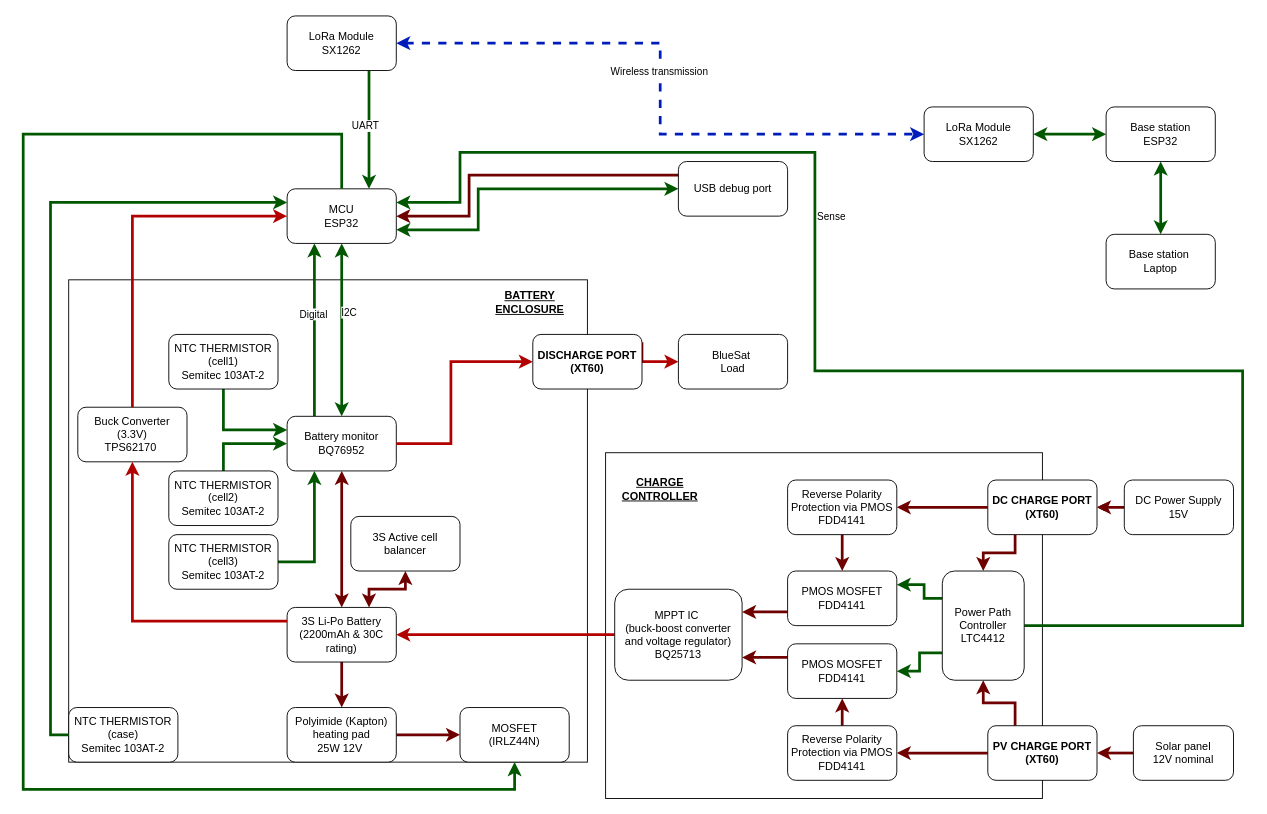
Before: Felix_DRAFT_BMS_ELEC3117.drawio in Chainsawfelix/ELEC3117-BLUESAT, a draw.io diagram. Source tidied: cells renumbered, new cells numbered last; positions are measured from the earlier drawing's top-left corner, leaving out a move shared by most shapes. Both pictures are drawn from the tidied source at 91%, with x=0, y=0 at pixel (23, 15).
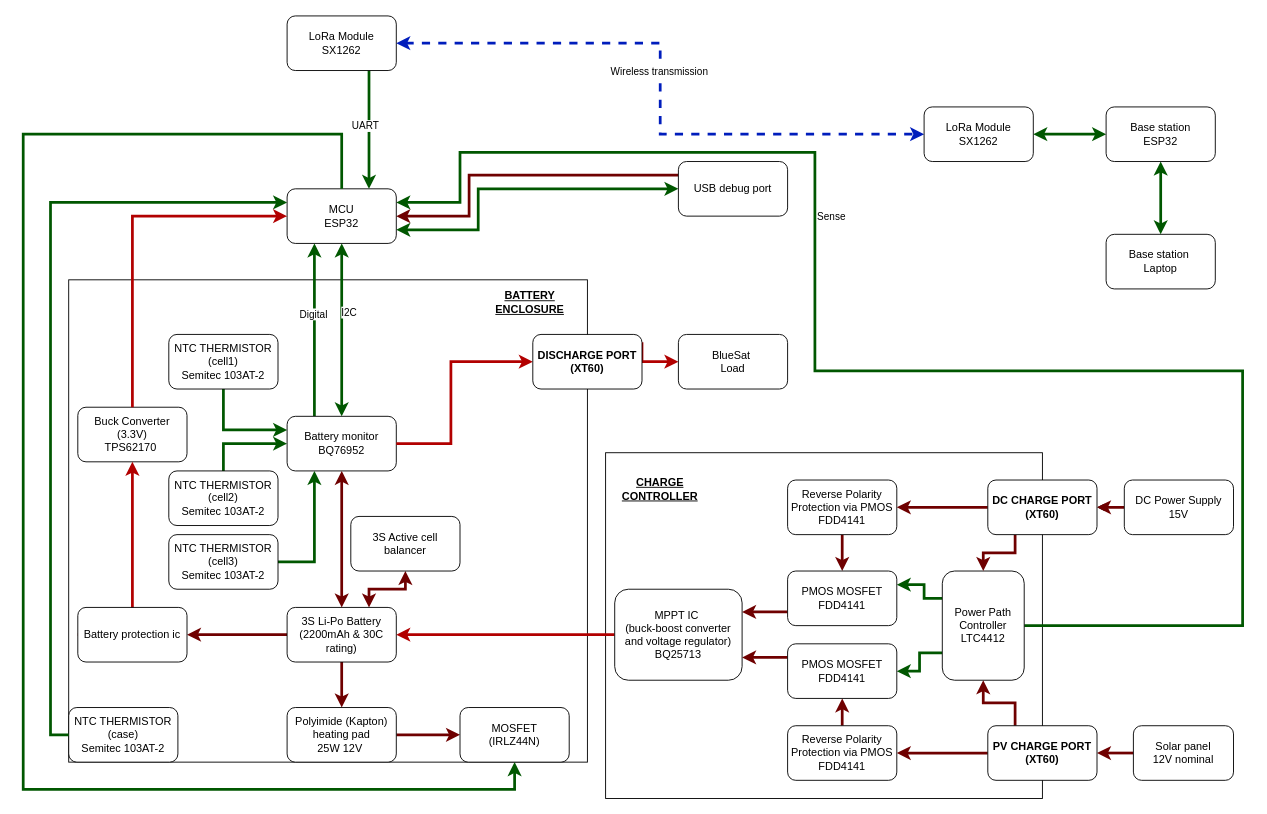
The same diagram, later.

Unchanged cells that the change refers to:
```xml
<mxCell id="16" value="3S Li-Po Battery&lt;div&gt;(2200mAh &amp;amp; 30C rating)&lt;/div&gt;" style="rounded=1;whiteSpace=wrap;html=1;" parent="1" vertex="1">
  <mxGeometry x="290" y="650" width="120" height="60" as="geometry" />
</mxCell>
<mxCell id="24" value="Buck Converter&lt;br&gt;(3.3V)&lt;div&gt;TPS62170&amp;nbsp;&lt;/div&gt;" style="rounded=1;whiteSpace=wrap;html=1;" parent="1" vertex="1">
  <mxGeometry x="60" y="430" width="120" height="60" as="geometry" />
</mxCell>
```

Change to the diagram source:
```diff
@@
+    <mxCell id="75" style="edgeStyle=orthogonalEdgeStyle;rounded=0;jettySize=auto;html=1;exitX=0;exitY=0.5;exitDx=0;exitDy=0;entryX=1;entryY=0.5;entryDx=0;entryDy=0;fillColor=#a20025;strokeColor=#6F0000;strokeWidth=3;" parent="1" edge="1" source="16" target="76">
+      <mxGeometry relative="1" as="geometry" />
+    </mxCell>
@@
-    <mxCell id="46" style="edgeStyle=orthogonalEdgeStyle;rounded=0;jettySize=auto;html=1;strokeWidth=3;fillColor=#e51400;strokeColor=#B20000;startArrow=none;startFill=0;entryX=0.5;entryY=1;entryDx=0;entryDy=0;exitX=0;exitY=0.25;exitDx=0;exitDy=0;" parent="1" edge="1" source="16" target="24">
+    <mxCell id="46" style="edgeStyle=orthogonalEdgeStyle;rounded=0;jettySize=auto;html=1;strokeWidth=3;fillColor=#e51400;strokeColor=#B20000;startArrow=none;startFill=0;entryX=0.5;entryY=1;entryDx=0;entryDy=0;exitX=0;exitY=0.5;exitDx=0;exitDy=0;" parent="1" edge="1" source="76" target="24">
       <mxGeometry relative="1" as="geometry">
         <Array as="points">
-          <mxPoint x="120" y="665" />
+          <mxPoint x="120" y="680" />
         </Array>
       </mxGeometry>
     </mxCell>
@@
+    <mxCell id="76" value="Battery protection ic" style="rounded=1;whiteSpace=wrap;html=1;" parent="1" vertex="1">
+      <mxGeometry x="60" y="650" width="120" height="60" as="geometry" />
+    </mxCell>
```
